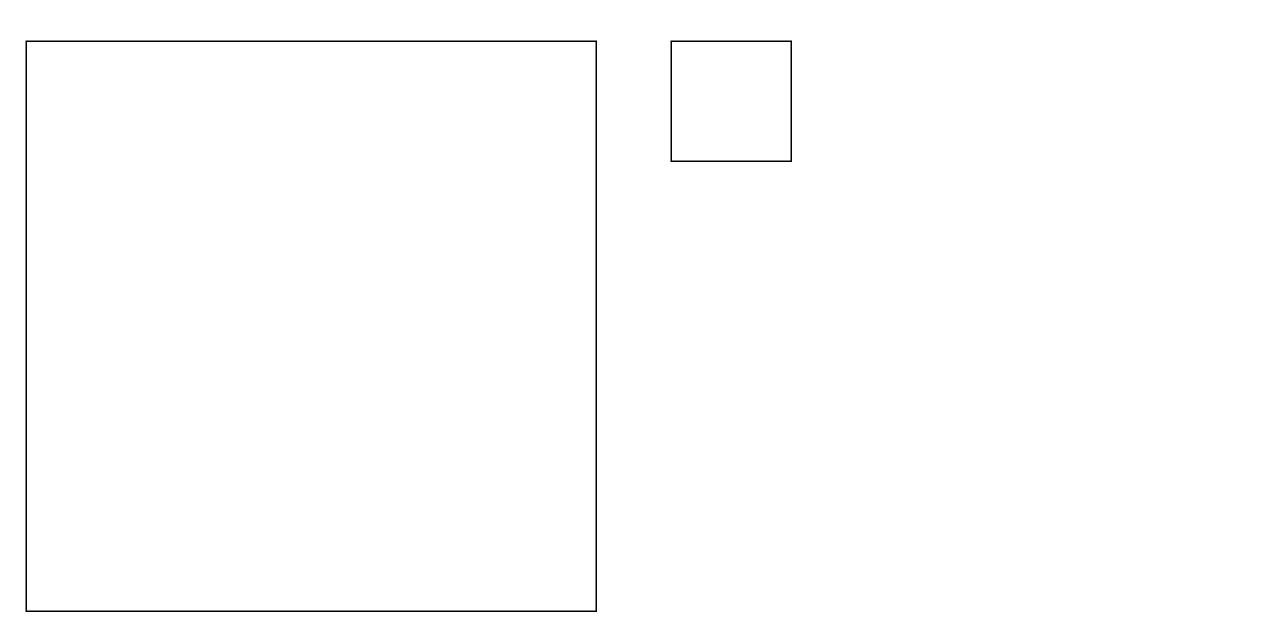
Above: Untitled Diagram.drawio in machaval/data-weave-diagrams (draw.io), before the change. Source tidied: cells renumbered, new cells numbered last; positions are measured from the earlier drawing's top-left corner, leaving out a move shared by most shapes. Both pictures are drawn from the tidied source at 150%, with x=0, y=0 at pixel (26, 40).
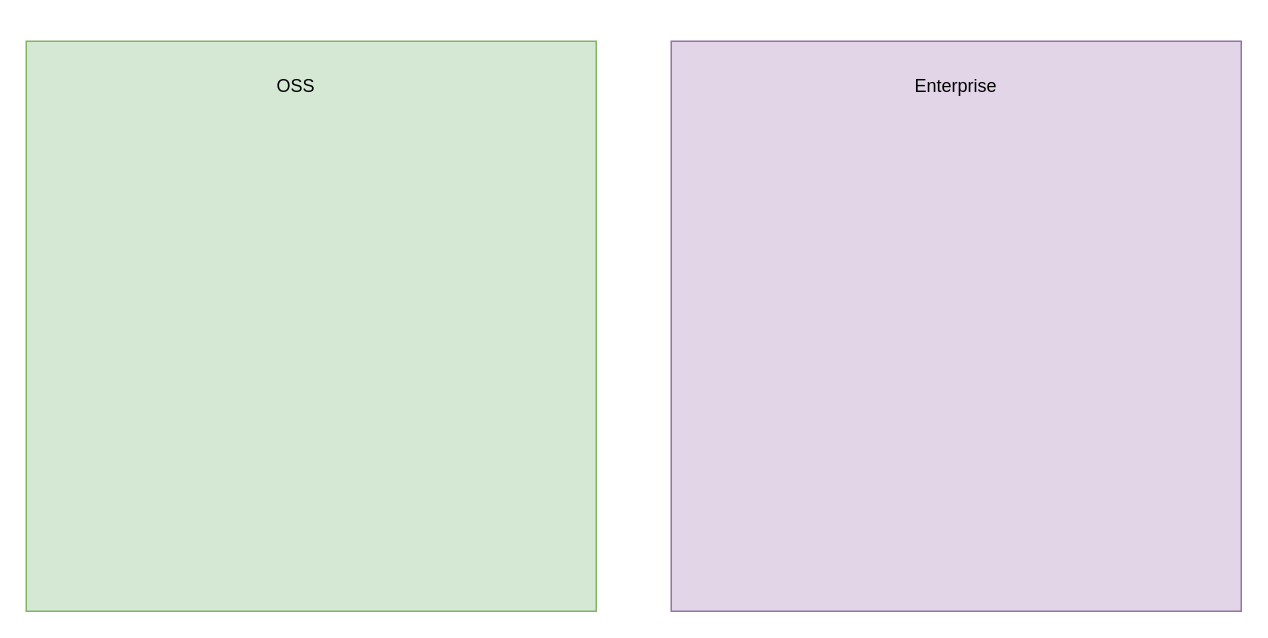
The same page after the edit.

Diff of the diagram source:
```diff
@@
 <mxGraphModel>
   <root>
     <mxCell id="0" />
     <mxCell id="1" parent="0" />
-    <mxCell id="2" style="whiteSpace=wrap;html=1;" parent="1" vertex="1">
+    <mxCell id="2" style="whiteSpace=wrap;html=1;fillColor=#d5e8d4;strokeColor=#82b366;" parent="1" vertex="1">
       <mxGeometry width="380" height="380" as="geometry" />
     </mxCell>
-    <mxCell id="3" style="whiteSpace=wrap;html=1;" parent="1" vertex="1">
-      <mxGeometry x="430" width="80" height="80" as="geometry" />
+    <mxCell id="3" style="whiteSpace=wrap;html=1;fillColor=#e1d5e7;strokeColor=#9673a6;" parent="1" vertex="1">
+      <mxGeometry x="430" width="380" height="380" as="geometry" />
     </mxCell>
+    <mxCell id="4" value="Enterprise" style="text;html=1;strokeColor=none;fillColor=none;align=center;verticalAlign=middle;whiteSpace=wrap;rounded=0;" parent="1" vertex="1">
+      <mxGeometry x="555" y="-10" width="130" height="80" as="geometry" />
+    </mxCell>
+    <mxCell id="5" value="OSS" style="text;html=1;strokeColor=none;fillColor=none;align=center;verticalAlign=middle;whiteSpace=wrap;rounded=0;" parent="1" vertex="1">
+      <mxGeometry x="140" y="20" width="80" height="20" as="geometry" />
+    </mxCell>
   </root>
 </mxGraphModel>
```
